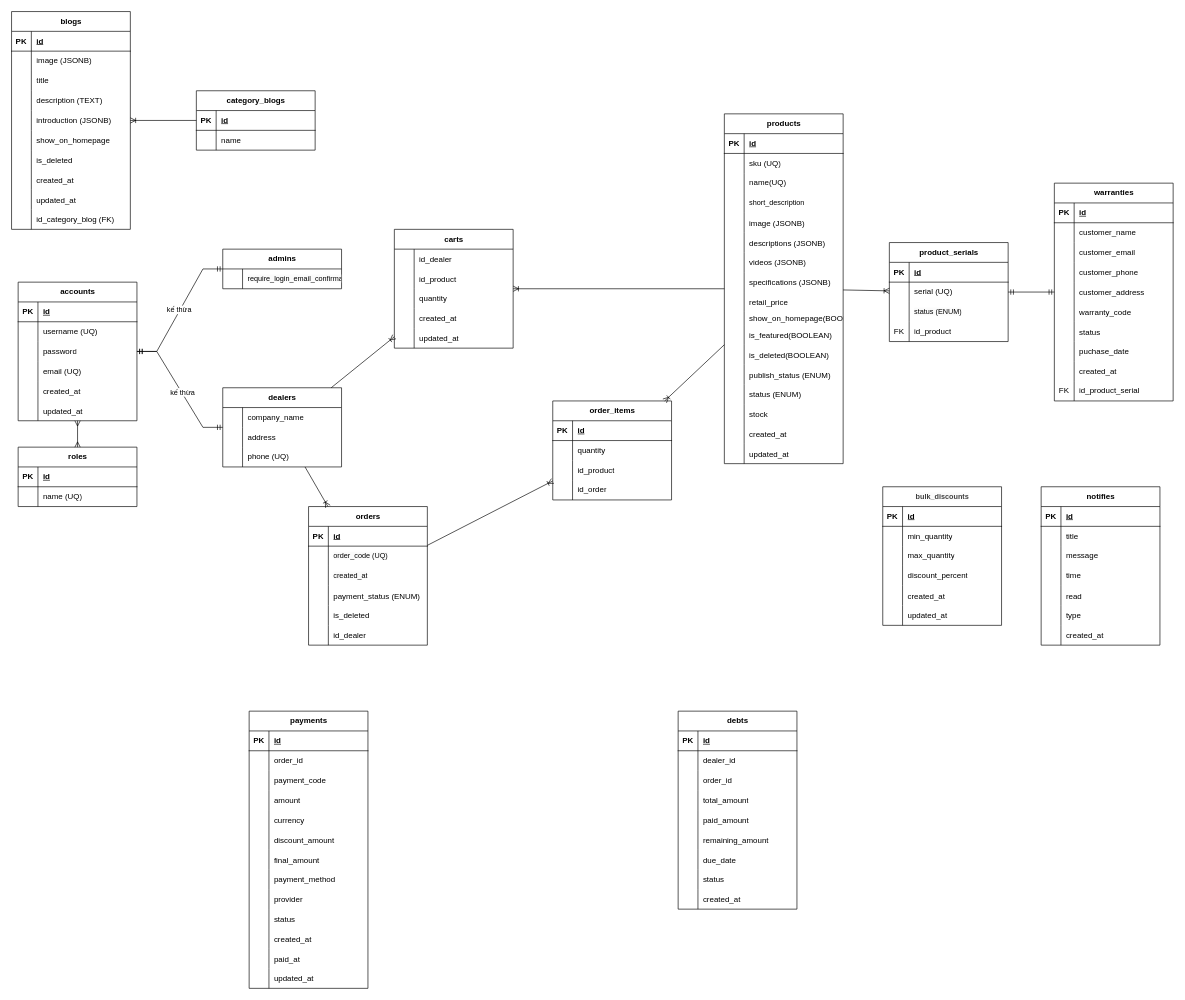
Before: class-diagram.drawio in vominhduc11/4thitek, a draw.io diagram. Source tidied: cells renumbered, new cells numbered last; positions are measured from the earlier drawing's top-left corner, leaving out a move shared by most shapes. Both pictures are drawn from the tidied source at 66%, with x=0, y=0 at pixel (11, 11).
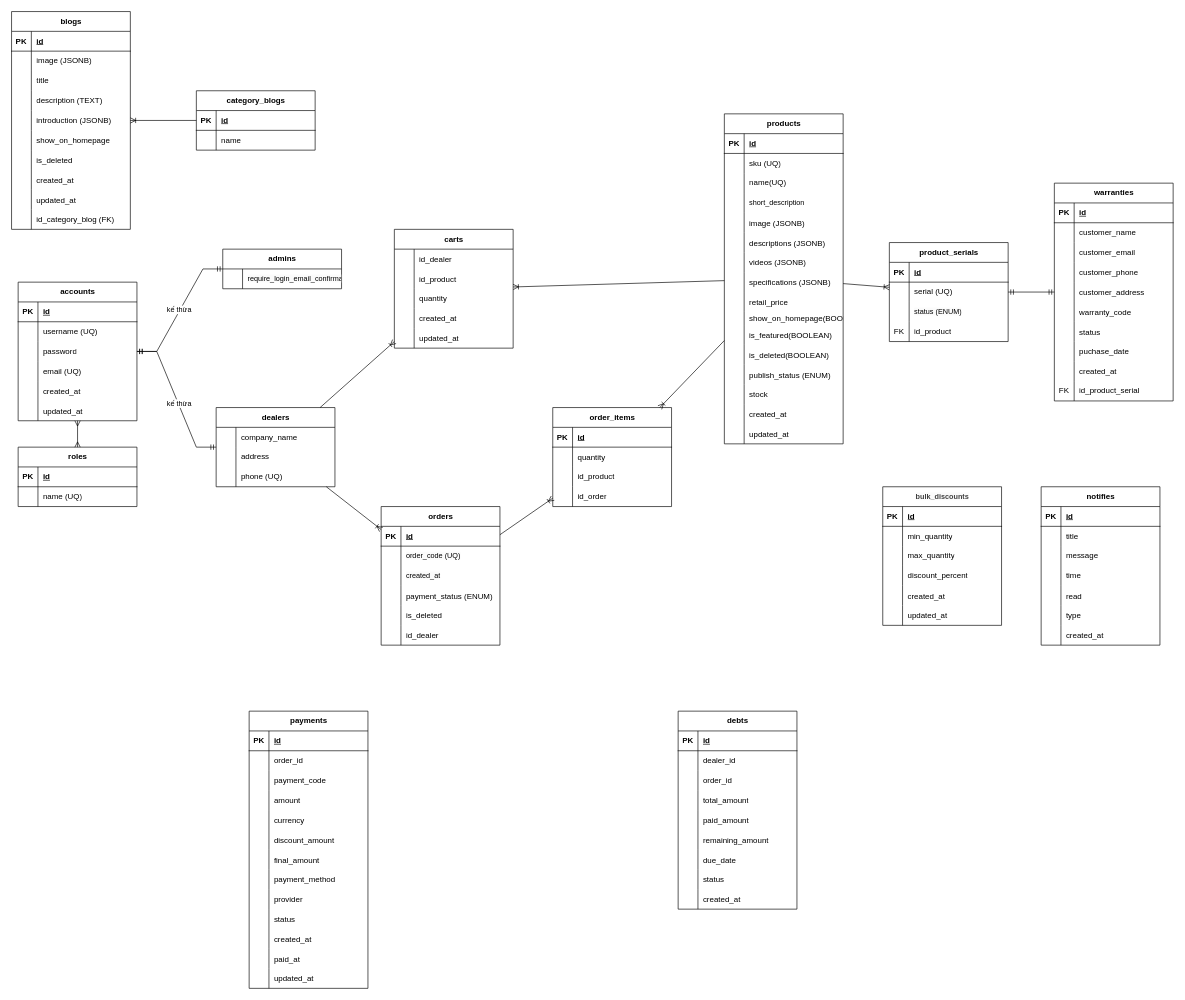
The same page after the edit.

Commit message (it also covers changes not shown here):
chore: update class diagrams

The edit, as a diff of the source:
```diff
@@
     <mxCell id="2" value="products" style="shape=table;startSize=30;childLayout=tableLayout;rowLines=0;fontStyle=1;align=center;html=1;" parent="1" vertex="1">
-      <mxGeometry x="1080" y="155" width="180" height="530" as="geometry" />
+      <mxGeometry x="1080" y="155" width="180" height="500" as="geometry" />
     </mxCell>
@@
-    <mxCell id="42" style="shape=tableRow;horizontal=0;startSize=0;swimlaneHead=0;swimlaneBody=0;fillColor=none;top=0;left=0;right=0;bottom=0;" parent="2" vertex="1">
-      <mxGeometry y="410" width="180" height="30" as="geometry" />
-    </mxCell>
-    <mxCell id="43" style="shape=partialRectangle;fillColor=none;top=0;left=0;bottom=0;right=0;overflow=hidden;" parent="42" vertex="1">
-      <mxGeometry width="30" height="30" as="geometry" />
-    </mxCell>
-    <mxCell id="44" value="status (ENUM)" style="shape=partialRectangle;fillColor=none;top=0;left=0;bottom=0;right=0;align=left;spacingLeft=6;overflow=hidden;" parent="42" vertex="1">
-      <mxGeometry x="30" width="150" height="30" as="geometry" />
-    </mxCell>
     <mxCell id="45" style="shape=tableRow;horizontal=0;startSize=0;swimlaneHead=0;swimlaneBody=0;fillColor=none;top=0;left=0;right=0;bottom=0;" parent="2" vertex="1">
-      <mxGeometry y="440" width="180" height="30" as="geometry" />
+      <mxGeometry y="410" width="180" height="30" as="geometry" />
     </mxCell>
@@
     <mxCell id="48" style="shape=tableRow;horizontal=0;startSize=0;swimlaneHead=0;swimlaneBody=0;fillColor=none;top=0;left=0;right=0;bottom=0;" parent="2" vertex="1">
-      <mxGeometry y="470" width="180" height="30" as="geometry" />
+      <mxGeometry y="440" width="180" height="30" as="geometry" />
     </mxCell>
@@
     <mxCell id="51" style="shape=tableRow;horizontal=0;startSize=0;swimlaneHead=0;swimlaneBody=0;fillColor=none;top=0;left=0;right=0;bottom=0;" parent="2" vertex="1">
-      <mxGeometry y="500" width="180" height="30" as="geometry" />
+      <mxGeometry y="470" width="180" height="30" as="geometry" />
     </mxCell>
@@
     <mxCell id="58" value="dealers" style="shape=table;startSize=30;childLayout=tableLayout;rowLines=0;fontStyle=1;align=center;html=1;" parent="1" vertex="1">
-      <mxGeometry x="320" y="570" width="180" height="120" as="geometry" />
+      <mxGeometry x="310" y="600" width="180" height="120" as="geometry" />
     </mxCell>
@@
     <mxCell id="171" value="orders" style="shape=table;startSize=30;childLayout=tableLayout;rowLines=0;fontStyle=1;align=center;html=1;" parent="1" vertex="1">
-      <mxGeometry x="450" y="750" width="180" height="210" as="geometry" />
+      <mxGeometry x="560" y="750" width="180" height="210" as="geometry" />
     </mxCell>
@@
     <mxCell id="190" value="order_items" style="shape=table;startSize=30;childLayout=tableLayout;rowLines=0;fontStyle=1;align=center;html=1;" parent="1" vertex="1">
-      <mxGeometry x="820" y="590" width="180" height="150" as="geometry" />
+      <mxGeometry x="820" y="600" width="180" height="150" as="geometry" />
     </mxCell>
```
